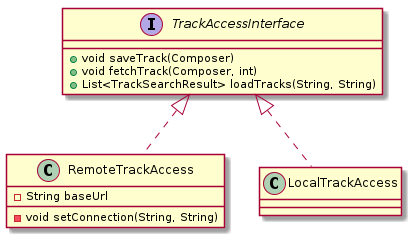
Above: docs/release3/diagrams/trackAccess-class-diagram.png in PeterJFB/drum-sequencer (PlantUML), before the change.
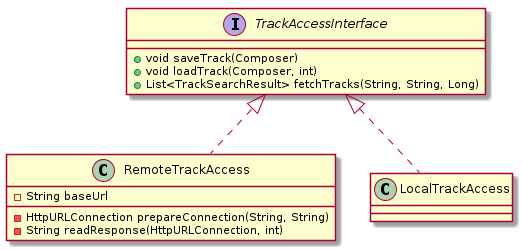
The same file after the commit.

Commit message:
Related to #108. Update class diagrams

Change to the diagram source:
```diff
@@ -1,13 +1,14 @@
 @startuml
 interface TrackAccessInterface {
   + void saveTrack(Composer)
-  + void fetchTrack(Composer, int)
-  + List<TrackSearchResult> loadTracks(String, String)
+  + void loadTrack(Composer, int)
+  + List<TrackSearchResult> fetchTracks(String, String, Long)
 }
 
 class RemoteTrackAccess {
   - String baseUrl
-  - void setConnection(String, String)
+  - HttpURLConnection prepareConnection(String, String)
+  - String readResponse(HttpURLConnection, int)
 }
 
 class LocalTrackAccess {
```
